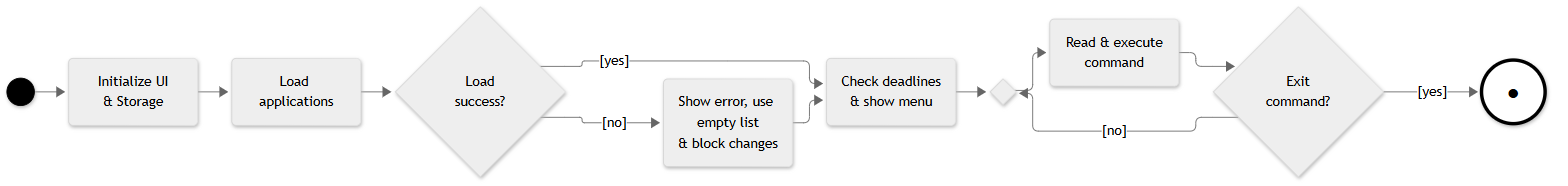
Before: docs/diagrams/application-lifecycle.png, a diagram exported from Mermaid (AY2627S1-CS2113-T10-2/tp). Its source is kept beside it as docs/diagrams/sources/application-lifecycle.mmd.
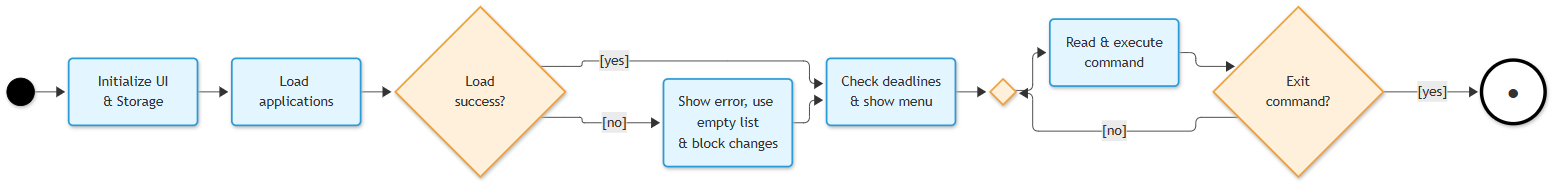
Later version of the same file.

Change to the diagram source:
```diff
@@ -1,15 +1,17 @@
-%%{init: {'theme': 'neutral'}}%%
+%%{init: {'theme': 'default'}}%%
 flowchart LR
-    Start(( )):::start --> Init("Initialize UI<br/>& Storage")
-    Init --> Load("Load applications")
-    Load --> CheckLoad{"Load<br/>success?"}
-    CheckLoad -->|"[yes]"| Warn("Check deadlines<br/>& show menu")
-    CheckLoad -->|"[no]"| Fallback("Show error, use empty list<br/>& block changes")
+    Start(( )):::start --> Init("Initialize UI<br/>& Storage"):::action
+    Init --> Load("Load applications"):::action
+    Load --> CheckLoad{"Load<br/>success?"}:::decision
+    CheckLoad -->|"[yes]"| Warn("Check deadlines<br/>& show menu"):::action
+    CheckLoad -->|"[no]"| Fallback("Show error, use empty list<br/>& block changes"):::action
     Fallback --> Warn
-    Warn --> MergeRead{ }
-    MergeRead --> Read("Read & execute<br/>command")
-    Read --> CheckExit{"Exit<br/>command?"}
+    Warn --> MergeRead{ }:::decision
+    MergeRead --> Read("Read & execute<br/>command"):::action
+    Read --> CheckExit{"Exit<br/>command?"}:::decision
     CheckExit -->|"[no]"| MergeRead
     CheckExit -->|"[yes]"| End(("●")):::finish
     classDef start fill:#000,stroke:#000
     classDef finish fill:#fff,stroke:#000,stroke-width:4px,font-size:26px
+    classDef action fill:#e3f6ff,stroke:#2b9bd8,stroke-width:2px
+    classDef decision fill:#fff0dc,stroke:#f0a03a,stroke-width:2px
```
